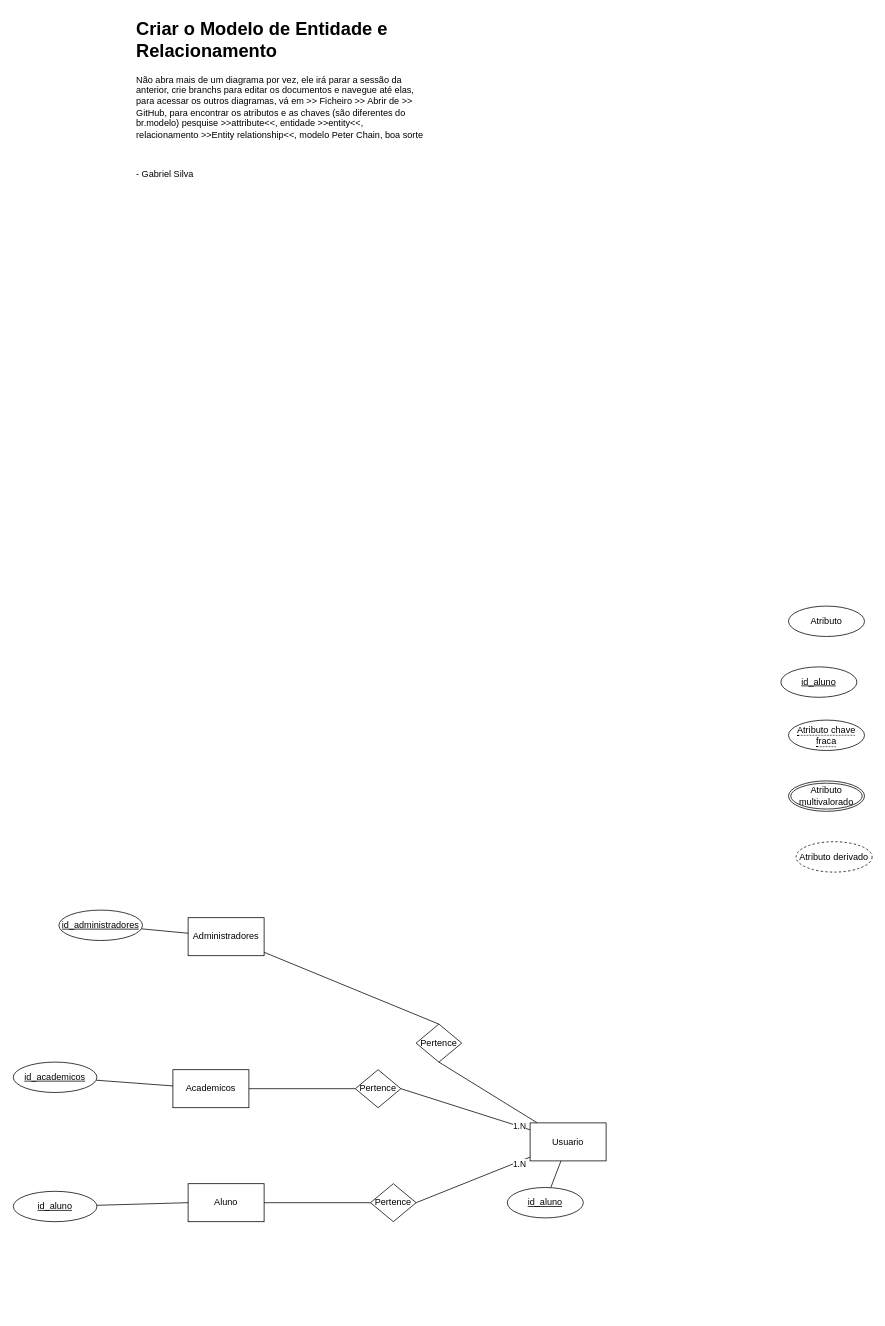
Organization-Meets/Meets_Docs keeps this draw.io diagram as Draw.io/laboratorio_banco_dados_der.drawio. Above is the earlier version. Source tidied: cells renumbered, new cells numbered last; positions are measured from the earlier drawing's top-left corner, leaving out a move shared by most shapes. Both pictures are drawn from the tidied source at 76%, with x=0, y=0 at pixel (13, 13).
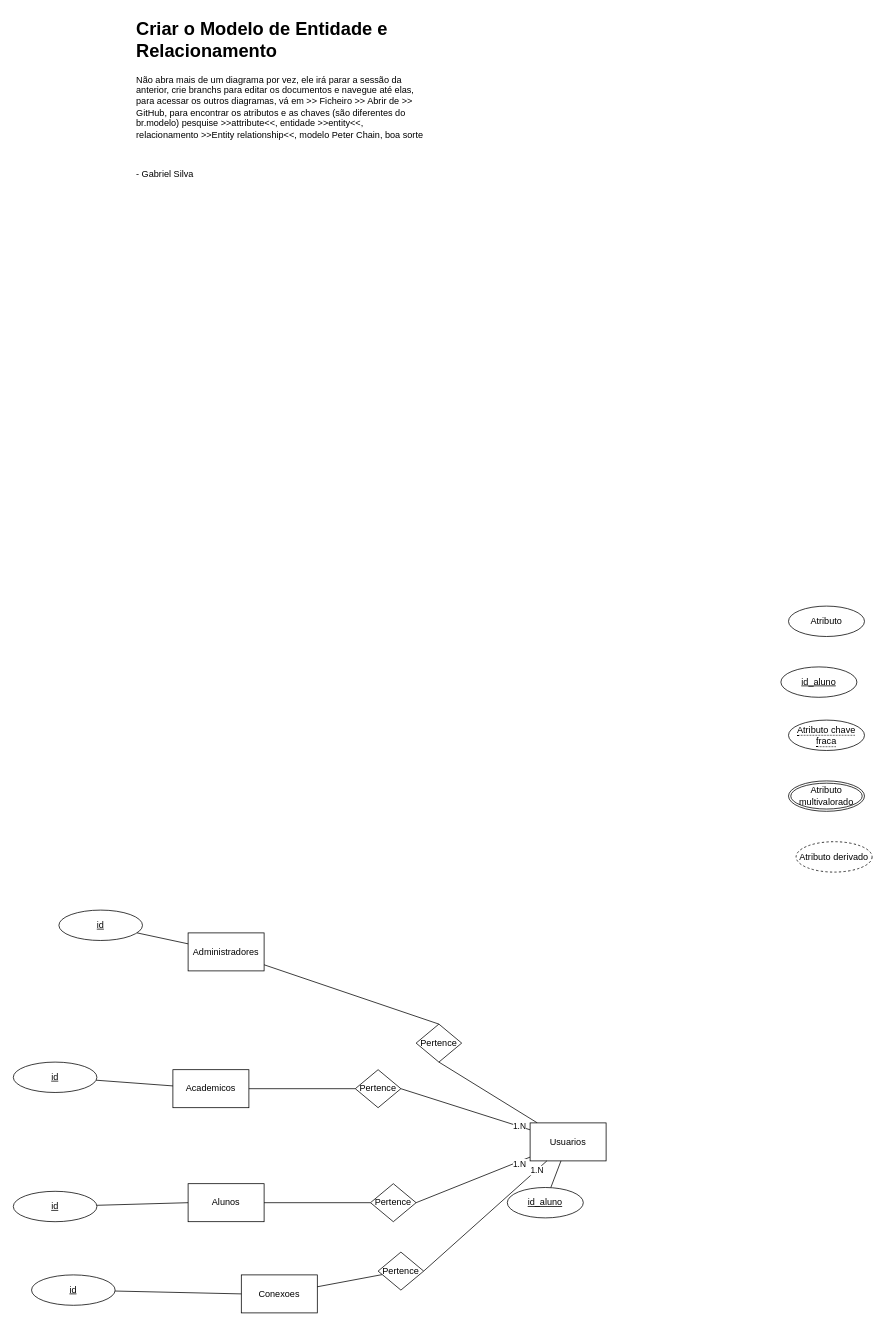
The same diagram, later.

Diff of the diagram source:
```diff
@@
-    <mxCell id="8" value="Usuario" style="html=1;dashed=0;whiteSpace=wrap;" parent="1" vertex="1">
+    <mxCell id="8" value="Usuarios" style="html=1;dashed=0;whiteSpace=wrap;" parent="1" vertex="1">
       <mxGeometry x="680" y="1460" width="100" height="50" as="geometry" />
     </mxCell>
@@
-    <mxCell id="10" value="Aluno" style="html=1;dashed=0;whiteSpace=wrap;" parent="1" vertex="1">
+    <mxCell id="10" value="Alunos" style="html=1;dashed=0;whiteSpace=wrap;" parent="1" vertex="1">
       <mxGeometry x="230" y="1540" width="100" height="50" as="geometry" />
     </mxCell>
     <mxCell id="11" value="Administradores" style="html=1;dashed=0;whiteSpace=wrap;" parent="1" vertex="1">
-      <mxGeometry x="230" y="1190" width="100" height="50" as="geometry" />
+      <mxGeometry x="230" y="1210" width="100" height="50" as="geometry" />
     </mxCell>
@@
-    <mxCell id="26" value="id_administradores" style="ellipse;whiteSpace=wrap;html=1;align=center;fontStyle=4;" parent="1" vertex="1">
+    <mxCell id="26" value="id" style="ellipse;whiteSpace=wrap;html=1;align=center;fontStyle=4;" parent="1" vertex="1">
       <mxGeometry x="60" y="1180" width="110" height="40" as="geometry" />
     </mxCell>
@@
-    <mxCell id="28" value="id_academicos" style="ellipse;whiteSpace=wrap;html=1;align=center;fontStyle=4;" parent="1" vertex="1">
+    <mxCell id="28" value="id" style="ellipse;whiteSpace=wrap;html=1;align=center;fontStyle=4;" parent="1" vertex="1">
       <mxGeometry y="1380" width="110" height="40" as="geometry" />
     </mxCell>
@@
-    <mxCell id="30" value="id_aluno" style="ellipse;whiteSpace=wrap;html=1;align=center;fontStyle=4;" parent="1" vertex="1">
+    <mxCell id="30" value="id" style="ellipse;whiteSpace=wrap;html=1;align=center;fontStyle=4;" parent="1" vertex="1">
       <mxGeometry y="1550" width="110" height="40" as="geometry" />
     </mxCell>
+    <mxCell id="31" value="Conexoes" style="html=1;dashed=0;whiteSpace=wrap;" parent="1" vertex="1">
+      <mxGeometry x="300" y="1660" width="100" height="50" as="geometry" />
+    </mxCell>
+    <mxCell id="32" style="rounded=0;jettySize=auto;html=1;entryX=0;entryY=0.5;entryDx=0;entryDy=0;endArrow=none;endFill=0;" parent="1" edge="1" source="33" target="31">
+      <mxGeometry relative="1" as="geometry" />
+    </mxCell>
+    <mxCell id="33" value="id" style="ellipse;whiteSpace=wrap;html=1;align=center;fontStyle=4;" parent="1" vertex="1">
+      <mxGeometry x="24" y="1660" width="110" height="40" as="geometry" />
+    </mxCell>
+    <mxCell id="34" style="rounded=0;jettySize=auto;html=1;entryX=1;entryY=0.5;entryDx=0;entryDy=0;endArrow=none;endFill=0;" parent="1" edge="1" source="8" target="37">
+      <mxGeometry relative="1" as="geometry" />
+    </mxCell>
+    <mxCell id="35" value="1.N" style="edgeLabel;html=1;align=center;verticalAlign=middle;" parent="34" vertex="1">
+      <mxGeometry x="-0.83" relative="1" as="geometry" />
+    </mxCell>
+    <mxCell id="36" style="rounded=0;jettySize=auto;html=1;endArrow=none;endFill=0;" parent="1" edge="1" source="37" target="31">
+      <mxGeometry relative="1" as="geometry" />
+    </mxCell>
+    <mxCell id="37" value="Pertence" style="shape=rhombus;html=1;dashed=0;whiteSpace=wrap;perimeter=rhombusPerimeter;" parent="1" vertex="1">
+      <mxGeometry x="480" y="1630" width="60" height="50" as="geometry" />
+    </mxCell>
```
